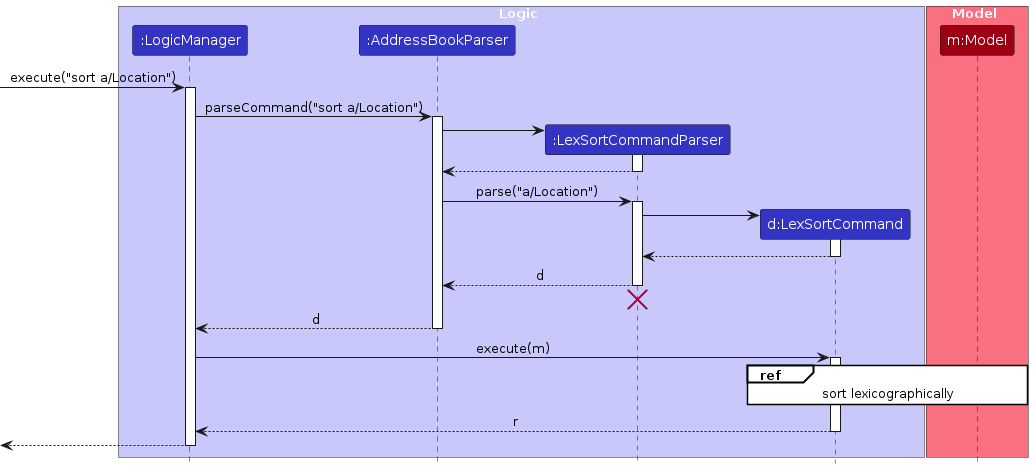
Above: diagrams/LexSortSequenceDiagram1.png in AY2425S2-CS2103T-T10-1/tp (PlantUML), before the change. Its source is kept beside it as diagrams/LexSortSequenceDiagram1.puml.
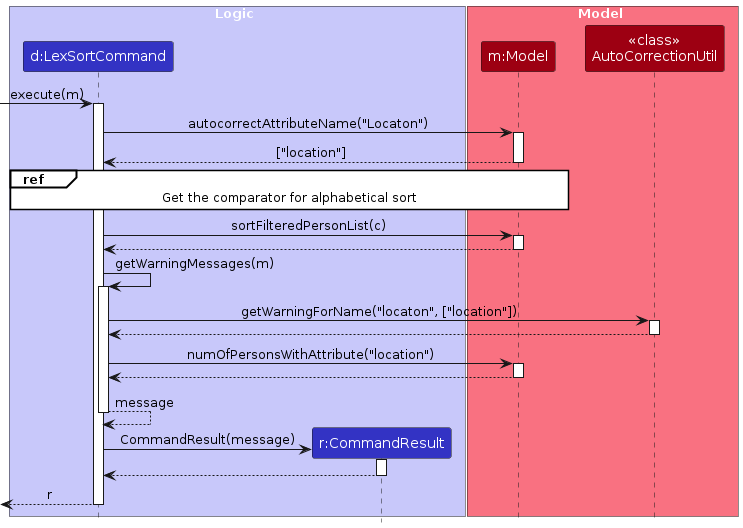
After the change.

The edit, as a diff of the source:
```diff
@@ -4,55 +4,55 @@
 skinparam sequenceReferenceBackgroundColor white
 
 box Logic LOGIC_COLOR_T1
-participant ":LogicManager" as LogicManager LOGIC_COLOR
-participant ":AddressBookParser" as AddressBookParser LOGIC_COLOR
-participant ":LexSortCommandParser" as LexSortCommandParser LOGIC_COLOR
 participant "d:LexSortCommand" as LexSortCommand LOGIC_COLOR
+participant "r:CommandResult" as CommandResult LOGIC_COLOR
 end box
 
 box Model MODEL_COLOR_T1
 participant "m:Model" as Model MODEL_COLOR
+participant "<<class>>\nAutoCorrectionUtil" as Util MODEL_COLOR
 end box
 
-[-> LogicManager : execute("sort a/Location")
-activate LogicManager
-
-LogicManager -> AddressBookParser : parseCommand("sort a/Location")
-activate AddressBookParser
-
-create LexSortCommandParser
-AddressBookParser -> LexSortCommandParser
-activate LexSortCommandParser
-
-LexSortCommandParser --> AddressBookParser
-deactivate LexSortCommandParser
-
-AddressBookParser -> LexSortCommandParser : parse("a/Location")
-activate LexSortCommandParser
-
-create LexSortCommand
-LexSortCommandParser -> LexSortCommand
+[-> LexSortCommand : execute(m)
 activate LexSortCommand
 
-LexSortCommand --> LexSortCommandParser :
+LexSortCommand -> Model : autocorrectAttributeName("Locaton")
+activate Model
+
+LexSortCommand <-- Model : ["location"]
+deactivate Model
+
+ref#white over LexSortCommand, Model : Get the comparator for alphabetical sort
+
+LexSortCommand -> Model : sortFilteredPersonList(c)
+activate Model
+
+Model --> LexSortCommand
+deactivate Model
+
+LexSortCommand -> LexSortCommand ++ : getWarningMessages(m)
+
+LexSortCommand -> Util : getWarningForName("locaton", ["location"])
+activate Util
+
+Util --> LexSortCommand
+deactivate Util
+
+LexSortCommand -> Model : numOfPersonsWithAttribute("location")
+activate Model
+
+Model --> LexSortCommand
+deactivate Model
+
+return message
+
+create CommandResult
+LexSortCommand -> CommandResult : CommandResult(message)
+activate CommandResult
+
+CommandResult --> LexSortCommand
+deactivate CommandResult
+
+[<--LexSortCommand : r
 deactivate LexSortCommand
-
-LexSortCommandParser --> AddressBookParser : d
-deactivate LexSortCommandParser
-LexSortCommandParser -[hidden]-> AddressBookParser
-destroy LexSortCommandParser
-
-AddressBookParser --> LogicManager : d
-deactivate AddressBookParser
-
-LogicManager -> LexSortCommand : execute(m)
-activate LexSortCommand
-
-ref#white over LexSortCommand, Model : sort lexicographically
-
-LexSortCommand --> LogicManager : r
-deactivate LexSortCommand
-
-[<--LogicManager
-deactivate LogicManager
 @enduml
```
